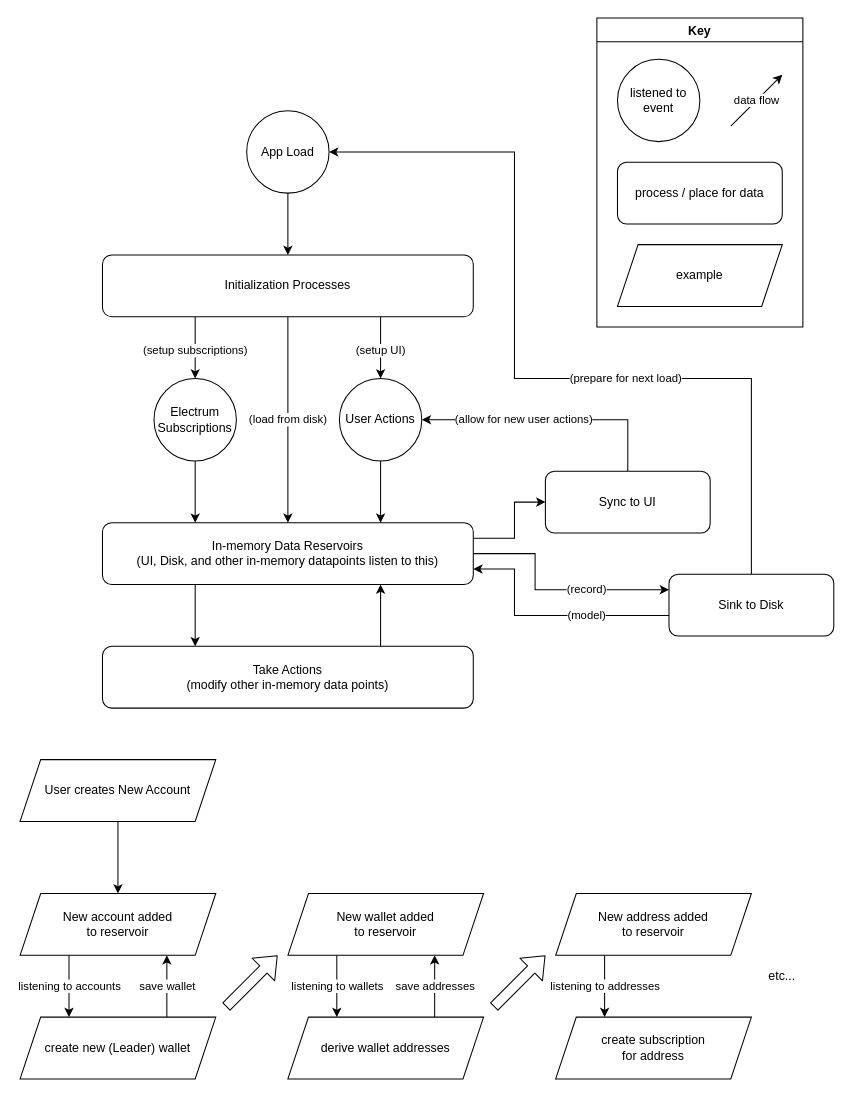
Above: raven_back/docs/diagrams/reactive concept.drawio in moontreeapp/moontree (draw.io), before the change. Source tidied: cells renumbered, new cells numbered last; positions are measured from the earlier drawing's top-left corner, leaving out a move shared by most shapes. Both pictures are drawn from the tidied source at 103%, with x=0, y=0 at pixel (20, 18).
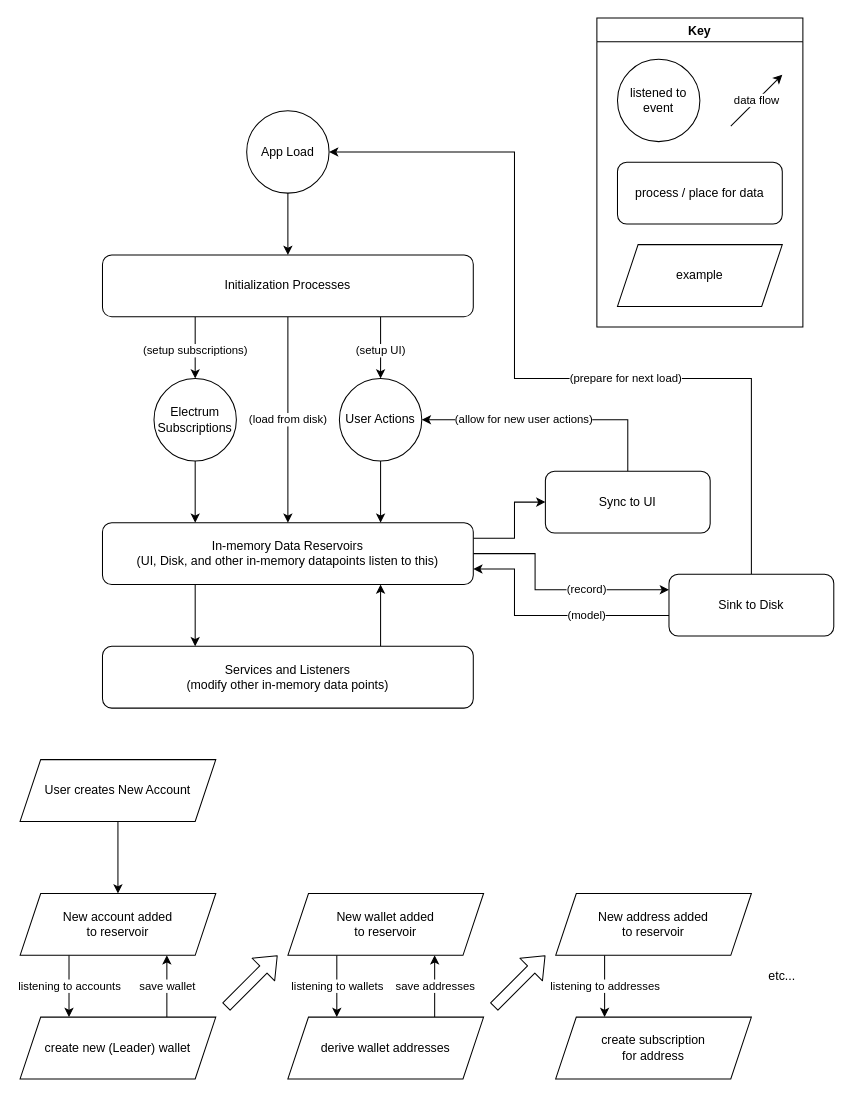
Above is the later version.

Change to the diagram source:
```diff
@@
-    <mxCell id="16" value="Take Actions &lt;br&gt;(modify other in-memory data points)" style="rounded=1;whiteSpace=wrap;html=1;" parent="1" vertex="1">
+    <mxCell id="16" value="Services and Listeners&lt;br&gt;(modify other in-memory data points)" style="rounded=1;whiteSpace=wrap;html=1;" parent="1" vertex="1">
       <mxGeometry x="80" y="610" width="360" height="60" as="geometry" />
     </mxCell>
```
